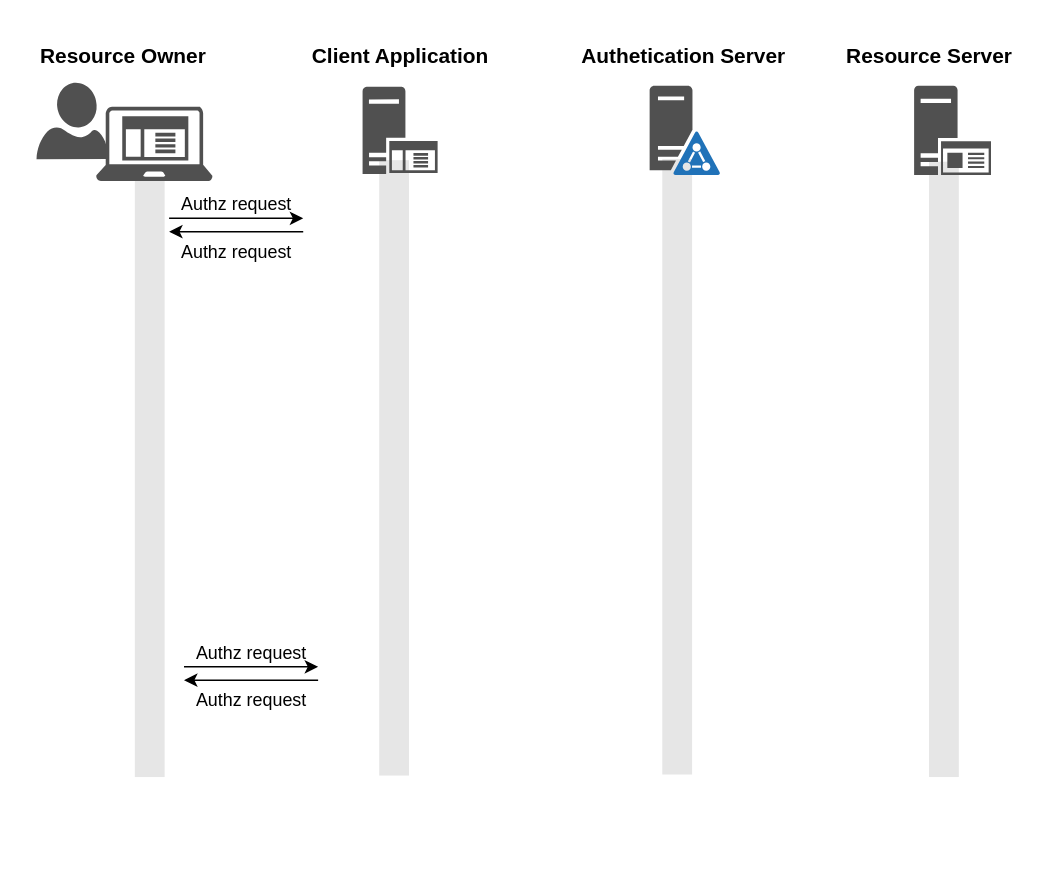
Above: windows/oauth2-entities.drawio in fabianlee/blogcode (draw.io), before the change. Source tidied: cells renumbered, new cells numbered last; positions are measured from the earlier drawing's top-left corner, leaving out a move shared by most shapes. Both pictures are drawn from the tidied source at 149%, with x=0, y=0 at pixel (25, 40).
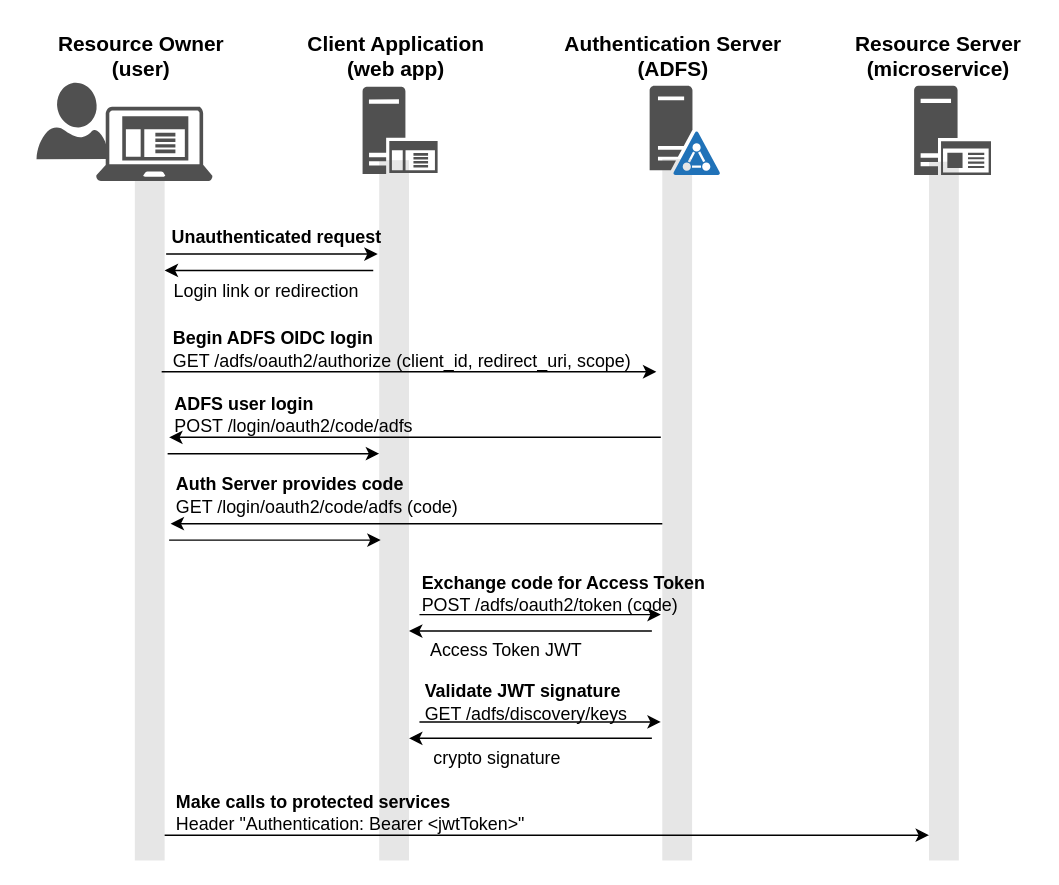
The same diagram, later.

Diff of the diagram source:
```diff
@@
     <mxCell id="2" style="whiteSpace=wrap;html=1;fontSize=14;fillColor=#E6E6E6;strokeColor=none;" parent="1" vertex="1">
-      <mxGeometry x="606" y="81" width="20" height="413" as="geometry" />
+      <mxGeometry x="606" y="81" width="20" height="469" as="geometry" />
     </mxCell>
     <mxCell id="3" style="whiteSpace=wrap;html=1;fontSize=14;fillColor=#E6E6E6;strokeColor=none;" parent="1" vertex="1">
-      <mxGeometry x="427" y="79.3" width="20" height="413" as="geometry" />
+      <mxGeometry x="427" y="79.3" width="20" height="470.7" as="geometry" />
     </mxCell>
     <mxCell id="4" style="whiteSpace=wrap;html=1;fontSize=14;fillColor=#E6E6E6;strokeColor=none;" parent="1" vertex="1">
-      <mxGeometry x="237" y="80" width="20" height="413" as="geometry" />
+      <mxGeometry x="237" y="80" width="20" height="470" as="geometry" />
     </mxCell>
@@
-    <mxCell id="10" style="endArrow=classic;html=1;rounded=0;" parent="1" edge="1">
-      <mxGeometry relative="1" as="geometry">
-        <mxPoint x="106" y="420" as="sourcePoint" />
-        <mxPoint x="196" y="420" as="targetPoint" />
-      </mxGeometry>
-    </mxCell>
-    <mxCell id="11" style="endArrow=classic;html=1;rounded=0;" parent="1" edge="1">
-      <mxGeometry relative="1" as="geometry">
-        <mxPoint x="196" y="429" as="sourcePoint" />
-        <mxPoint x="106" y="429" as="targetPoint" />
-      </mxGeometry>
-    </mxCell>
-    <mxCell id="12" value="Authz request" style="text;html=1;align=center;verticalAlign=middle;fillColor=none;strokeColor=none;rounded=0;" parent="1" vertex="1">
-      <mxGeometry x="106" y="401" width="90" height="20" as="geometry" />
-    </mxCell>
-    <mxCell id="13" value="&lt;b&gt;&lt;font style=&quot;font-size: 14px&quot;&gt;Resource Owner&lt;/font&gt;&lt;/b&gt;" style="text;html=1;align=center;verticalAlign=middle;fillColor=none;strokeColor=none;rounded=0;" parent="1" vertex="1">
-      <mxGeometry width="130" height="20" as="geometry" />
+    <mxCell id="13" value="&lt;div&gt;&lt;b&gt;&lt;font style=&quot;font-size: 14px&quot;&gt;Resource Owner&lt;/font&gt;&lt;/b&gt;&lt;/div&gt;&lt;div&gt;&lt;b&gt;&lt;font style=&quot;font-size: 14px&quot;&gt;(user)&lt;br&gt;&lt;/font&gt;&lt;/b&gt;&lt;/div&gt;" style="text;html=1;align=center;verticalAlign=middle;fillColor=none;strokeColor=none;rounded=0;" parent="1" vertex="1">
+      <mxGeometry x="12" y="-10" width="130" height="40" as="geometry" />
     </mxCell>
-    <mxCell id="14" value="&lt;b&gt;&lt;font style=&quot;font-size: 14px&quot;&gt;Client Application&lt;/font&gt;&lt;/b&gt;" style="text;html=1;align=center;verticalAlign=middle;fillColor=none;strokeColor=none;rounded=0;" parent="1" vertex="1">
-      <mxGeometry x="186" width="130" height="20" as="geometry" />
+    <mxCell id="14" value="&lt;div&gt;&lt;b&gt;&lt;font style=&quot;font-size: 14px&quot;&gt;Client Application&lt;/font&gt;&lt;/b&gt;&lt;/div&gt;&lt;div&gt;&lt;b&gt;&lt;font style=&quot;font-size: 14px&quot;&gt;(web app)&lt;br&gt;&lt;/font&gt;&lt;/b&gt;&lt;/div&gt;" style="text;html=1;align=center;verticalAlign=middle;fillColor=none;strokeColor=none;rounded=0;" parent="1" vertex="1">
+      <mxGeometry x="183" y="-10" width="130" height="40" as="geometry" />
     </mxCell>
-    <mxCell id="15" value="&lt;b&gt;&lt;font style=&quot;font-size: 14px&quot;&gt;Authetication Server&lt;/font&gt;&lt;/b&gt;" style="text;html=1;align=center;verticalAlign=middle;fillColor=none;strokeColor=none;rounded=0;" parent="1" vertex="1">
-      <mxGeometry x="366" width="150" height="20" as="geometry" />
+    <mxCell id="15" value="&lt;div&gt;&lt;b&gt;&lt;font style=&quot;font-size: 14px&quot;&gt;Authentication Server&lt;/font&gt;&lt;/b&gt;&lt;/div&gt;&lt;div&gt;&lt;b&gt;&lt;font style=&quot;font-size: 14px&quot;&gt;(ADFS)&lt;br&gt;&lt;/font&gt;&lt;/b&gt;&lt;/div&gt;" style="text;html=1;align=center;verticalAlign=middle;fillColor=none;strokeColor=none;rounded=0;" parent="1" vertex="1">
+      <mxGeometry x="354" y="-10" width="160" height="40" as="geometry" />
     </mxCell>
-    <mxCell id="16" value="&lt;b&gt;&lt;font style=&quot;font-size: 14px&quot;&gt;Resource Server&lt;/font&gt;&lt;/b&gt;" style="text;html=1;align=center;verticalAlign=middle;fillColor=none;strokeColor=none;rounded=0;" parent="1" vertex="1">
-      <mxGeometry x="541" width="130" height="20" as="geometry" />
+    <mxCell id="16" value="&lt;div&gt;&lt;b&gt;&lt;font style=&quot;font-size: 14px&quot;&gt;Resource Server&lt;/font&gt;&lt;/b&gt;&lt;/div&gt;&lt;div&gt;&lt;b&gt;&lt;font style=&quot;font-size: 14px&quot;&gt;(microservice)&lt;br&gt;&lt;/font&gt;&lt;/b&gt;&lt;/div&gt;" style="text;html=1;align=center;verticalAlign=middle;fillColor=none;strokeColor=none;rounded=0;" parent="1" vertex="1">
+      <mxGeometry x="547" y="-10" width="130" height="40" as="geometry" />
     </mxCell>
     <mxCell id="17" style="whiteSpace=wrap;html=1;fontSize=14;fillColor=#E6E6E6;strokeColor=none;" parent="1" vertex="1">
-      <mxGeometry x="73" y="94" width="20" height="400" as="geometry" />
+      <mxGeometry x="73" y="94" width="20" height="456" as="geometry" />
     </mxCell>
-    <mxCell id="18" value="Authz request" style="text;html=1;align=center;verticalAlign=middle;fillColor=none;strokeColor=none;rounded=0;" parent="1" vertex="1">
-      <mxGeometry x="106" y="433" width="90" height="20" as="geometry" />
-    </mxCell>
     <mxCell id="19" style="endArrow=classic;html=1;rounded=0;" parent="1" edge="1">
       <mxGeometry relative="1" as="geometry">
-        <mxPoint x="96" y="119" as="sourcePoint" />
-        <mxPoint x="186" y="119" as="targetPoint" />
+        <mxPoint x="94" y="143" as="sourcePoint" />
+        <mxPoint x="236" y="143" as="targetPoint" />
       </mxGeometry>
     </mxCell>
     <mxCell id="20" style="endArrow=classic;html=1;rounded=0;" parent="1" edge="1">
       <mxGeometry relative="1" as="geometry">
-        <mxPoint x="186" y="128" as="sourcePoint" />
-        <mxPoint x="96" y="128" as="targetPoint" />
+        <mxPoint x="233" y="154" as="sourcePoint" />
+        <mxPoint x="93" y="154" as="targetPoint" />
       </mxGeometry>
     </mxCell>
-    <mxCell id="21" value="Authz request" style="text;html=1;align=center;verticalAlign=middle;fillColor=none;strokeColor=none;rounded=0;" parent="1" vertex="1">
-      <mxGeometry x="96" y="100" width="90" height="20" as="geometry" />
+    <mxCell id="21" value="Unauthenticated request" style="text;html=1;align=center;verticalAlign=middle;fillColor=none;strokeColor=none;rounded=0;fontStyle=1;" parent="1" vertex="1">
+      <mxGeometry x="88" y="122" width="160" height="20" as="geometry" />
     </mxCell>
-    <mxCell id="22" value="Authz request" style="text;html=1;align=center;verticalAlign=middle;fillColor=none;strokeColor=none;rounded=0;" parent="1" vertex="1">
-      <mxGeometry x="96" y="132" width="90" height="20" as="geometry" />
+    <mxCell id="22" value="Login link or redirection" style="text;html=1;align=center;verticalAlign=middle;fillColor=none;strokeColor=none;rounded=0;" parent="1" vertex="1">
+      <mxGeometry x="91" y="158" width="140" height="20" as="geometry" />
     </mxCell>
+    <mxCell id="23" style="endArrow=classic;html=1;rounded=0;" parent="1" edge="1">
+      <mxGeometry relative="1" as="geometry">
+        <mxPoint x="91" y="222" as="sourcePoint" />
+        <mxPoint x="423" y="222" as="targetPoint" />
+      </mxGeometry>
+    </mxCell>
+    <mxCell id="24" style="endArrow=classic;html=1;rounded=0;" parent="1" edge="1">
+      <mxGeometry relative="1" as="geometry">
+        <mxPoint x="426" y="266" as="sourcePoint" />
+        <mxPoint x="96" y="266" as="targetPoint" />
+      </mxGeometry>
+    </mxCell>
+    <mxCell id="25" value="&lt;div align=&quot;left&quot;&gt;&lt;b&gt;Begin ADFS OIDC login&lt;/b&gt;&lt;br&gt;&lt;/div&gt;&lt;div align=&quot;left&quot;&gt;GET /adfs/oauth2/authorize (client_id, redirect_uri, scope)&lt;/div&gt;" style="text;html=1;align=left;verticalAlign=middle;fillColor=none;strokeColor=none;rounded=0;fontStyle=0;" parent="1" vertex="1">
+      <mxGeometry x="97" y="192" width="320" height="30" as="geometry" />
+    </mxCell>
+    <mxCell id="26" value="&lt;div align=&quot;left&quot;&gt;&lt;b&gt;ADFS user login&lt;/b&gt;&lt;br&gt;&lt;/div&gt;&lt;div align=&quot;left&quot;&gt;POST /login/oauth2/code/adfs&lt;/div&gt;" style="text;html=1;align=left;verticalAlign=middle;fillColor=none;strokeColor=none;rounded=0;" parent="1" vertex="1">
+      <mxGeometry x="98" y="236" width="180" height="30" as="geometry" />
+    </mxCell>
+    <mxCell id="27" style="endArrow=classic;html=1;rounded=0;" parent="1" edge="1">
+      <mxGeometry relative="1" as="geometry">
+        <mxPoint x="95" y="277" as="sourcePoint" />
+        <mxPoint x="237" y="277" as="targetPoint" />
+      </mxGeometry>
+    </mxCell>
+    <mxCell id="28" style="endArrow=classic;html=1;rounded=0;" parent="1" edge="1">
+      <mxGeometry relative="1" as="geometry">
+        <mxPoint x="427" y="324" as="sourcePoint" />
+        <mxPoint x="97" y="324" as="targetPoint" />
+      </mxGeometry>
+    </mxCell>
+    <mxCell id="29" value="&lt;div&gt;&lt;b&gt;Auth Server provides code&lt;/b&gt;&lt;br&gt;&lt;/div&gt;&lt;div&gt;GET /login/oauth2/code/adfs (code)&lt;/div&gt;" style="text;html=1;align=left;verticalAlign=middle;fillColor=none;strokeColor=none;rounded=0;" parent="1" vertex="1">
+      <mxGeometry x="99" y="290" width="210" height="30" as="geometry" />
+    </mxCell>
+    <mxCell id="30" style="endArrow=classic;html=1;rounded=0;" parent="1" edge="1">
+      <mxGeometry relative="1" as="geometry">
+        <mxPoint x="96" y="335" as="sourcePoint" />
+        <mxPoint x="238" y="335" as="targetPoint" />
+      </mxGeometry>
+    </mxCell>
+    <mxCell id="31" style="endArrow=classic;html=1;rounded=0;" parent="1" edge="1">
+      <mxGeometry relative="1" as="geometry">
+        <mxPoint x="264" y="385" as="sourcePoint" />
+        <mxPoint x="426" y="385" as="targetPoint" />
+      </mxGeometry>
+    </mxCell>
+    <mxCell id="32" style="endArrow=classic;html=1;rounded=0;" parent="1" edge="1">
+      <mxGeometry relative="1" as="geometry">
+        <mxPoint x="420" y="396" as="sourcePoint" />
+        <mxPoint x="257" y="396" as="targetPoint" />
+      </mxGeometry>
+    </mxCell>
+    <mxCell id="33" value="&lt;div&gt;&lt;b&gt;Exchange code for Access Token&lt;/b&gt;&lt;br&gt;&lt;/div&gt;&lt;div&gt;POST /adfs/oauth2/token (code)&lt;br&gt;&lt;/div&gt;" style="text;html=1;align=left;verticalAlign=middle;fillColor=none;strokeColor=none;rounded=0;" parent="1" vertex="1">
+      <mxGeometry x="263.5" y="356" width="210" height="30" as="geometry" />
+    </mxCell>
+    <mxCell id="34" value="Access Token JWT" style="text;html=1;align=center;verticalAlign=middle;fillColor=none;strokeColor=none;rounded=0;" parent="1" vertex="1">
+      <mxGeometry x="261.5" y="399" width="120" height="20" as="geometry" />
+    </mxCell>
+    <mxCell id="35" style="endArrow=classic;html=1;rounded=0;" parent="1" edge="1">
+      <mxGeometry relative="1" as="geometry">
+        <mxPoint x="264" y="457" as="sourcePoint" />
+        <mxPoint x="426" y="457" as="targetPoint" />
+      </mxGeometry>
+    </mxCell>
+    <mxCell id="36" style="endArrow=classic;html=1;rounded=0;" parent="1" edge="1">
+      <mxGeometry relative="1" as="geometry">
+        <mxPoint x="420" y="468" as="sourcePoint" />
+        <mxPoint x="257" y="468" as="targetPoint" />
+      </mxGeometry>
+    </mxCell>
+    <mxCell id="37" value="&lt;div&gt;&lt;b&gt;Validate JWT signature&lt;/b&gt;&lt;br&gt;&lt;/div&gt;&lt;div&gt;GET /adfs/discovery/keys&lt;br&gt;&lt;/div&gt;" style="text;html=1;align=left;verticalAlign=middle;fillColor=none;strokeColor=none;rounded=0;" parent="1" vertex="1">
+      <mxGeometry x="265.5" y="429" width="150" height="30" as="geometry" />
+    </mxCell>
+    <mxCell id="38" value="crypto signature" style="text;html=1;align=center;verticalAlign=middle;fillColor=none;strokeColor=none;rounded=0;" parent="1" vertex="1">
+      <mxGeometry x="265.5" y="472" width="100" height="20" as="geometry" />
+    </mxCell>
+    <mxCell id="39" style="endArrow=classic;html=1;rounded=0;" parent="1" edge="1">
+      <mxGeometry relative="1" as="geometry">
+        <mxPoint x="93" y="533" as="sourcePoint" />
+        <mxPoint x="606" y="533" as="targetPoint" />
+      </mxGeometry>
+    </mxCell>
+    <mxCell id="40" value="&lt;div align=&quot;left&quot;&gt;&lt;b&gt;Make calls to protected services&lt;/b&gt;&lt;br&gt;&lt;/div&gt;&lt;div align=&quot;left&quot;&gt;Header &quot;Authentication: Bearer &amp;lt;jwtToken&amp;gt;&quot;&lt;br&gt;&lt;/div&gt;" style="text;html=1;align=left;verticalAlign=middle;fillColor=none;strokeColor=none;rounded=0;fontStyle=0;" parent="1" vertex="1">
+      <mxGeometry x="99" y="503" width="250" height="30" as="geometry" />
+    </mxCell>
```
